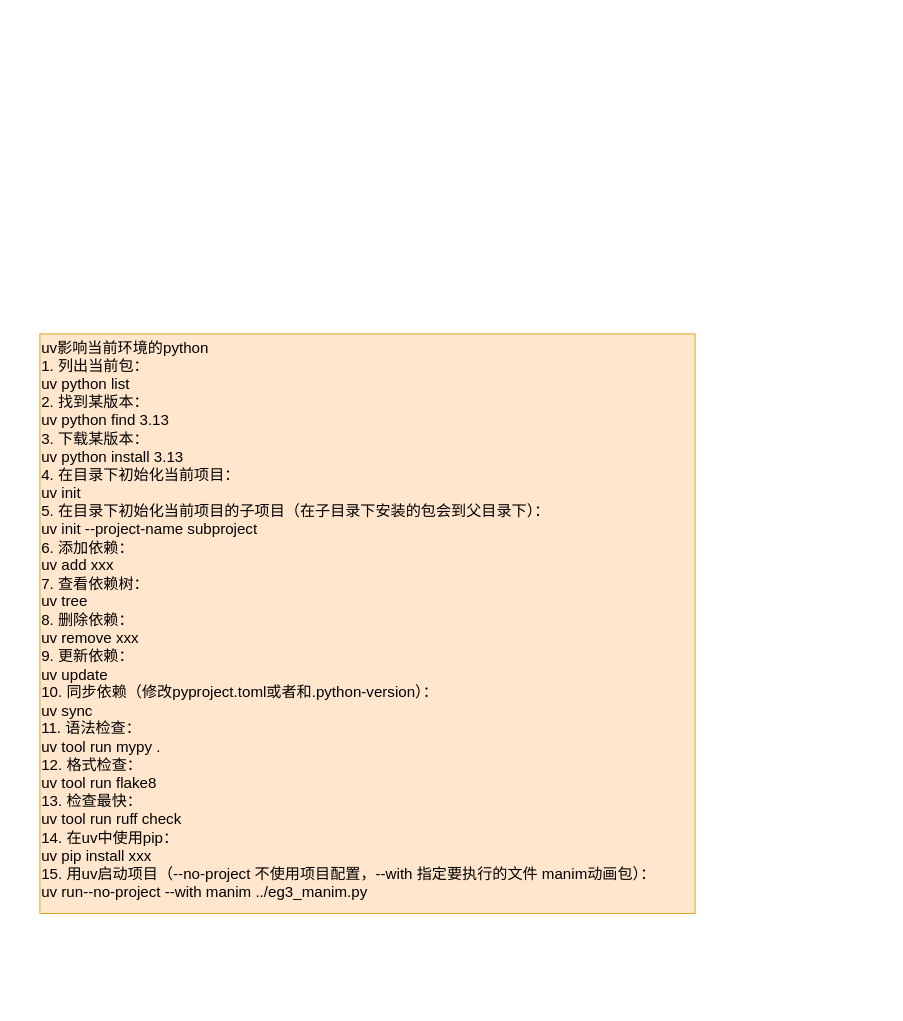
The draw.io diagram page "命令" (1 of 2) of python/uv.drawio in lanendiencgr2002/drawio_photos, before the edit. Source tidied: cells renumbered, new cells numbered last; positions are measured from the earlier drawing's top-left corner, leaving out a move shared by most shapes. Both pictures are drawn from the tidied source at 84%, with x=0, y=0 at pixel (39, 333).
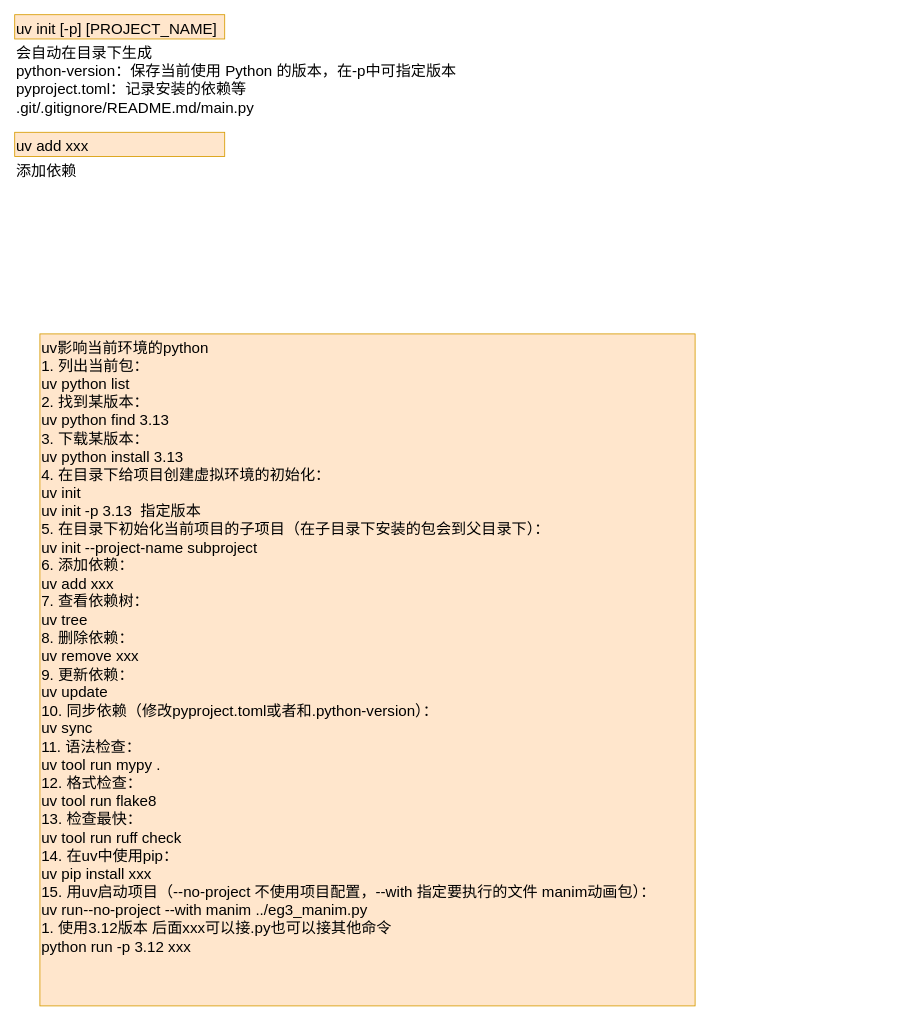
The same diagram, later.

Diff of the diagram source:
```diff
@@
 <mxGraphModel>
   <root>
     <mxCell id="0" />
     <mxCell id="1" parent="0" />
-    <mxCell id="2" value="uv影响当前环境的python&#10;1. 列出当前包：&#10;uv python list&#10;2. 找到某版本：&#10;uv python find 3.13&#10;3. 下载某版本：&#10;uv python install 3.13&#10;4. 在目录下初始化当前项目：&#10;uv init&#10;5. 在目录下初始化当前项目的子项目（在子目录下安装的包会到父目录下）：&#10;uv init --project-name subproject&#10;6. 添加依赖：&#10;uv add xxx&#10;7. 查看依赖树：&#10;uv tree&#10;8. 删除依赖：&#10;uv remove xxx&#10;9. 更新依赖：&#10;uv update&#10;10. 同步依赖（修改pyproject.toml或者和.python-version）：&#10;uv sync&#10;11. 语法检查：&#10;uv tool run mypy .&#10;12. 格式检查：&#10;uv tool run flake8&#10;13. 检查最快：&#10;uv tool run ruff check&#10;14. 在uv中使用pip：&#10;uv pip install xxx&#10;15. 用uv启动项目（--no-project 不使用项目配置，--with 指定要执行的文件 manim动画包）：&#10;uv run--no-project --with manim ../eg3_manim.py&#10;" style="text;whiteSpace=wrap;fontSize=18;fillColor=#ffe6cc;strokeColor=#d79b00;" parent="1" vertex="1">
-      <mxGeometry width="780" height="690" as="geometry" />
+    <mxCell id="2" value="uv影响当前环境的python&#10;1. 列出当前包：&#10;uv python list&#10;2. 找到某版本：&#10;uv python find 3.13&#10;3. 下载某版本：&#10;uv python install 3.13&#10;4. 在目录下给项目创建虚拟环境的初始化：&#10;uv init  &#10;uv init -p 3.13  指定版本&#10;5. 在目录下初始化当前项目的子项目（在子目录下安装的包会到父目录下）：&#10;uv init --project-name subproject&#10;6. 添加依赖：&#10;uv add xxx&#10;7. 查看依赖树：&#10;uv tree&#10;8. 删除依赖：&#10;uv remove xxx&#10;9. 更新依赖：&#10;uv update&#10;10. 同步依赖（修改pyproject.toml或者和.python-version）：&#10;uv sync&#10;11. 语法检查：&#10;uv tool run mypy .&#10;12. 格式检查：&#10;uv tool run flake8&#10;13. 检查最快：&#10;uv tool run ruff check&#10;14. 在uv中使用pip：&#10;uv pip install xxx&#10;15. 用uv启动项目（--no-project 不使用项目配置，--with 指定要执行的文件 manim动画包）：&#10;uv run--no-project --with manim ../eg3_manim.py&#10;1. 使用3.12版本 后面xxx可以接.py也可以接其他命令&#10;python run -p 3.12 xxx&#10;" style="text;whiteSpace=wrap;fontSize=18;fillColor=#ffe6cc;strokeColor=#d79b00;" parent="1" vertex="1">
+      <mxGeometry width="780" height="800" as="geometry" />
     </mxCell>
+    <mxCell id="3" value="&lt;div&gt;&lt;/div&gt;" style="text;html=1;align=center;verticalAlign=middle;strokeColor=none;fillColor=none;fontSize=18;" parent="1" vertex="1">
+      <mxGeometry x="990" y="395" width="20" height="10" as="geometry" />
+    </mxCell>
+    <mxCell id="4" style="group;" parent="1" vertex="1">
+      <mxGeometry x="-30" y="-380" width="530" height="130" as="geometry" />
+    </mxCell>
+    <mxCell id="5" style="group;" parent="4" vertex="1">
+      <mxGeometry width="530" height="122.8" as="geometry" />
+    </mxCell>
+    <mxCell id="6" value="uv init [-p] [PROJECT_NAME]" style="text;whiteSpace=wrap;fontSize=18;fillColor=#ffe6cc;strokeColor=#d79b00;" parent="5" vertex="1">
+      <mxGeometry width="250" height="28.9" as="geometry" />
+    </mxCell>
+    <mxCell id="7" value="会自动在目录下生成&#10;python-version：保存当前使用 Python 的版本，在-p中可指定版本&#10;pyproject.toml：记录安装的依赖等&#10;.git/.gitignore/README.md/main.py&#10;&#10;&#10;" style="text;whiteSpace=wrap;fontSize=18;" parent="5" vertex="1">
+      <mxGeometry y="28.9" width="530" height="93.9" as="geometry" />
+    </mxCell>
+    <mxCell id="8" style="group;" parent="1" vertex="1">
+      <mxGeometry x="-30" y="-240" width="530" height="130" as="geometry" />
+    </mxCell>
+    <mxCell id="9" style="group;" parent="8" vertex="1">
+      <mxGeometry width="530" height="122.8" as="geometry" />
+    </mxCell>
+    <mxCell id="10" value="uv add xxx&#10;" style="text;whiteSpace=wrap;fontSize=18;fillColor=#ffe6cc;strokeColor=#d79b00;" parent="9" vertex="1">
+      <mxGeometry width="250" height="28.9" as="geometry" />
+    </mxCell>
+    <mxCell id="11" value="添加依赖" style="text;whiteSpace=wrap;fontSize=18;" parent="9" vertex="1">
+      <mxGeometry y="28.9" width="530" height="93.9" as="geometry" />
+    </mxCell>
   </root>
 </mxGraphModel>
```
